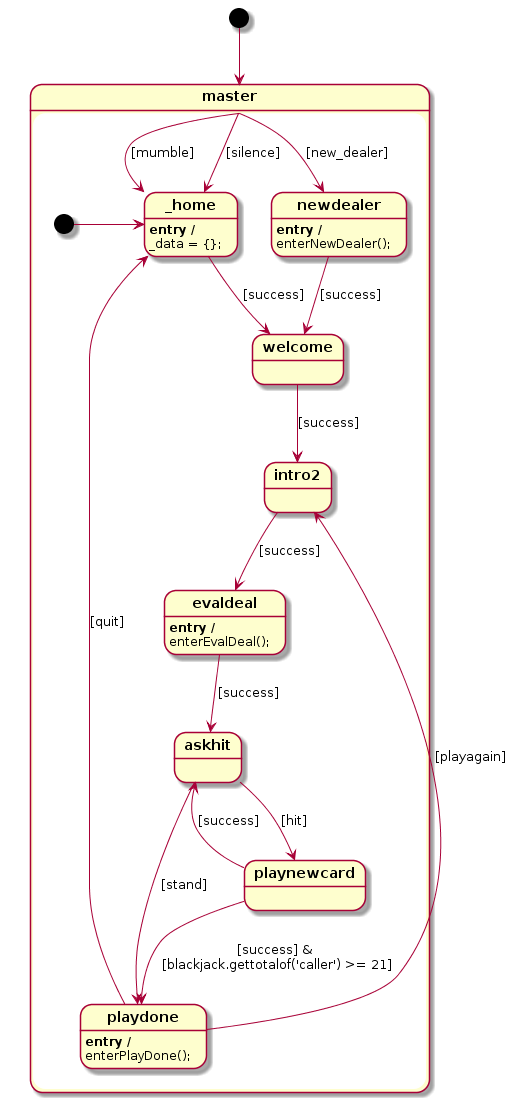
Before: img/blackjack.png, a diagram exported from PlantUML (mryndzionek/scxml2plantuml). Its diagram source:
```plantuml
@startuml

skinparam state {
  FontStyle bold
}


[*] -> master
state master {
    [*] -> _home
    master --> newdealer : [new_dealer]

    master --> _home : [mumble]

    master --> _home : [silence]

_home : **entry /**
_home :         _data = {};
    _home --> welcome : [success]

    welcome --> intro2 : [success]

    intro2 --> evaldeal : [success]

evaldeal : **entry /**
evaldeal : enterEvalDeal();
    evaldeal --> askhit : [success]

    askhit --> playnewcard : [hit]

    askhit --> playdone : [stand]

    playnewcard --> playdone : [success] & \n[blackjack.gettotalof('caller') >= 21]

    playnewcard --> askhit : [success]

playdone : **entry /**
playdone : enterPlayDone();
    playdone --> intro2 : [playagain]

    playdone --> _home : [quit]

newdealer : **entry /**
newdealer : enterNewDealer();
    newdealer --> welcome : [success]

}

@enduml
```
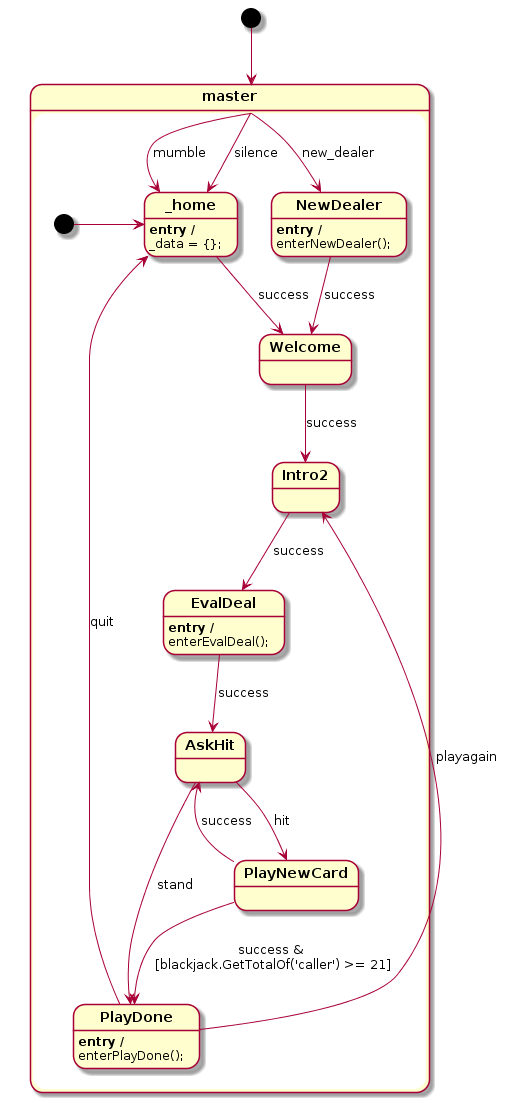
The same file after the commit.

The edit, as a diff of the source:
```diff
@@ -8,41 +8,65 @@
 [*] -> master
 state master {
     [*] -> _home
-    master --> newdealer : [new_dealer]
+    master --> NewDealer : new_dealer
 
-    master --> _home : [mumble]
+    master --> _home : mumble
 
-    master --> _home : [silence]
+    master --> _home : silence
 
+state _home {
 _home : **entry /**
-_home :         _data = {};
-    _home --> welcome : [success]
+_home : _data = {};
+    _home --> Welcome : success
 
-    welcome --> intro2 : [success]
+}
 
-    intro2 --> evaldeal : [success]
+state Welcome {
+    Welcome --> Intro2 : success
 
-evaldeal : **entry /**
-evaldeal : enterEvalDeal();
-    evaldeal --> askhit : [success]
+}
 
-    askhit --> playnewcard : [hit]
+state Intro2 {
+    Intro2 --> EvalDeal : success
 
-    askhit --> playdone : [stand]
+}
 
-    playnewcard --> playdone : [success] & \n[blackjack.gettotalof('caller') >= 21]
+state EvalDeal {
+EvalDeal : **entry /**
+EvalDeal : enterEvalDeal();
+    EvalDeal --> AskHit : success
 
-    playnewcard --> askhit : [success]
+}
 
-playdone : **entry /**
-playdone : enterPlayDone();
-    playdone --> intro2 : [playagain]
+state AskHit {
+    AskHit --> PlayNewCard : hit
 
-    playdone --> _home : [quit]
+    AskHit --> PlayDone : stand
 
-newdealer : **entry /**
-newdealer : enterNewDealer();
-    newdealer --> welcome : [success]
+}
+
+state PlayNewCard {
+    PlayNewCard --> PlayDone : success & \n[blackjack.GetTotalOf('caller') >= 21]
+
+    PlayNewCard --> AskHit : success
+
+}
+
+state PlayDone {
+PlayDone : **entry /**
+PlayDone : enterPlayDone();
+    PlayDone --> Intro2 : playagain
+
+    PlayDone --> _home : quit
+
+}
+
+state NewDealer {
+NewDealer : **entry /**
+NewDealer : enterNewDealer();
+    NewDealer --> Welcome : success
+
+}
 
 }
 
```
